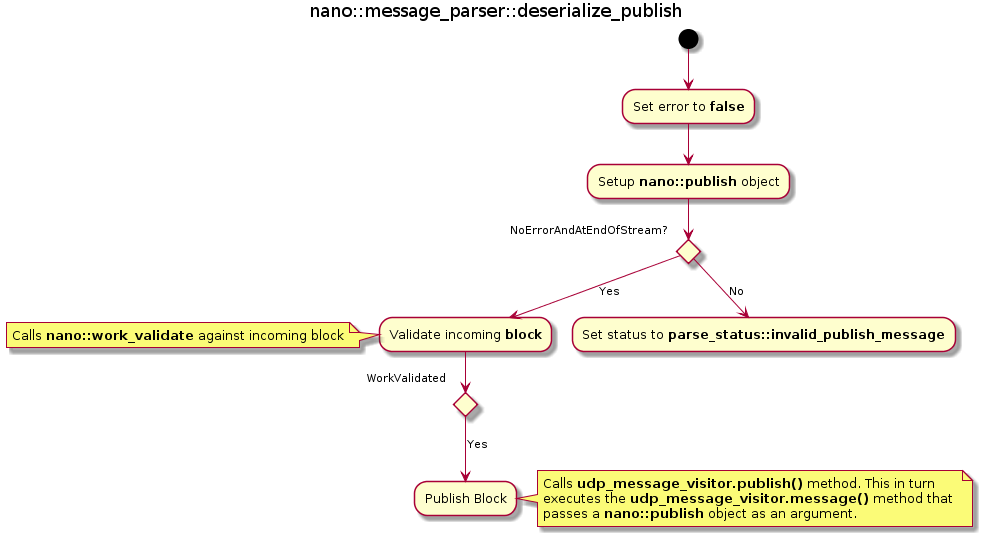
Before: images/node/node-common-message-parser-deserialize-publish.png, a diagram exported from PlantUML (think4sec/nano-docs).
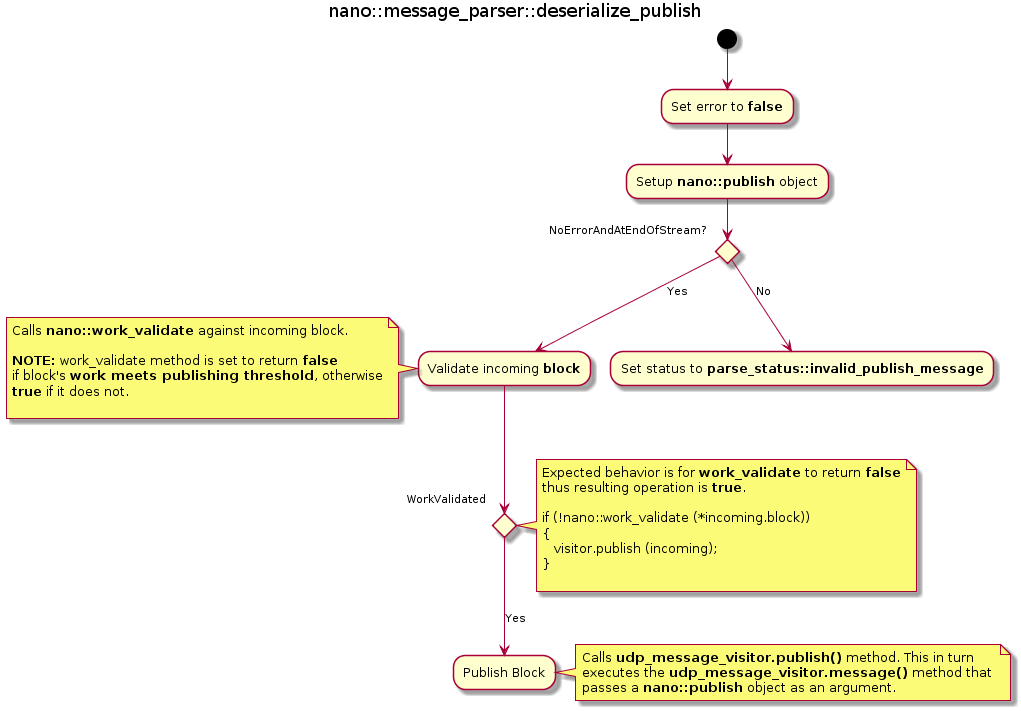
The same file after the commit.

The edit, as a diff of the source:
```diff
@@ -7,10 +7,24 @@
 -->[Yes] Validate incoming **block**
 
 note left
-Calls **nano::work_validate** against incoming block
+Calls **nano::work_validate** against incoming block.
+
+**NOTE:** work_validate method is set to return **false**
+if block's **work meets publishing threshold**, otherwise
+**true** if it does not.
+
 end note
  if WorkValidated
+ note right
+ Expected behavior is for **work_validate** to return **false**
+ thus resulting operation is **true**.
 
+ if (!nano::work_validate (*incoming.block))
+ {
+    visitor.publish (incoming);
+ }
+
+ end note
  -->[Yes] Publish Block
  note right
  Calls **udp_message_visitor.publish()** method. This in turn
```
